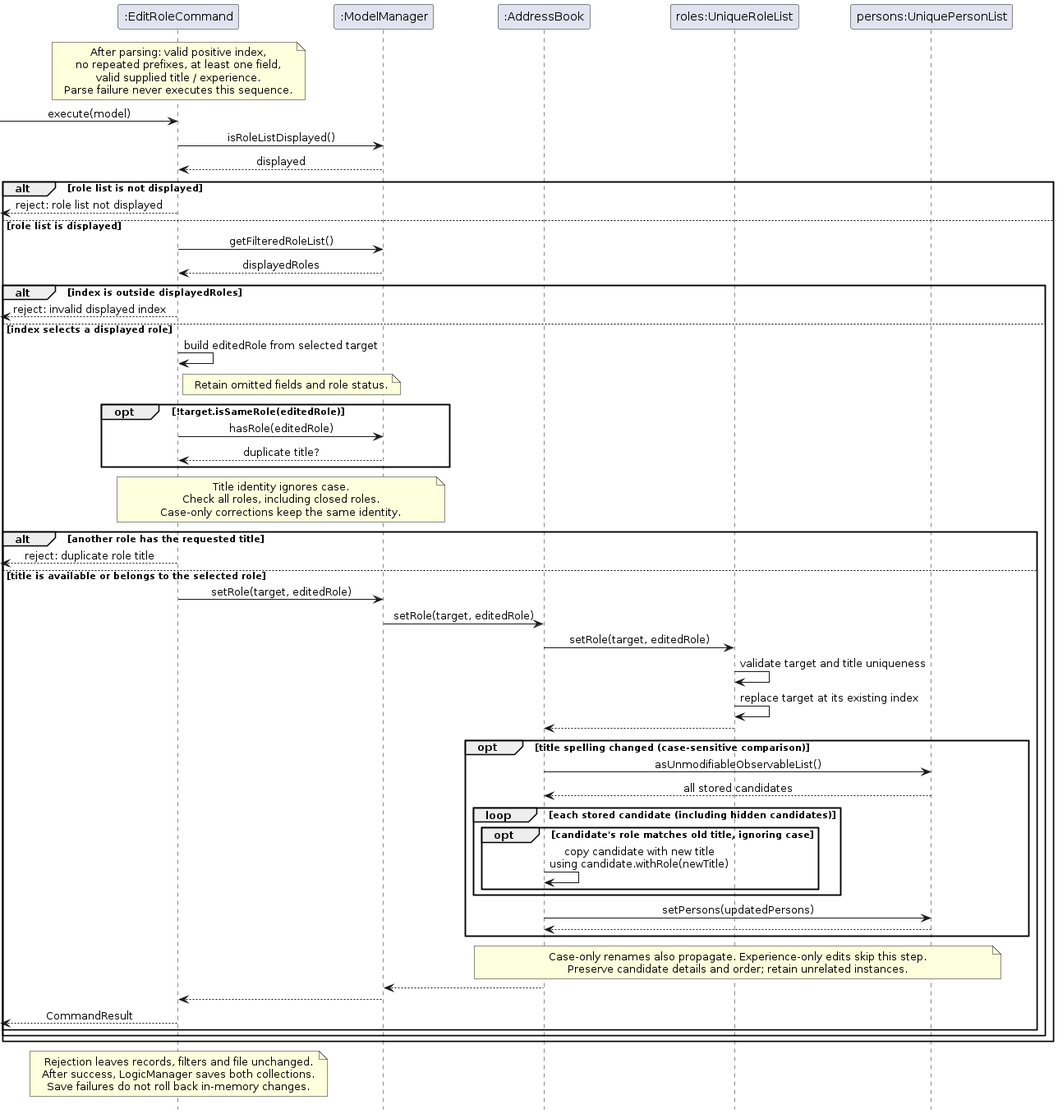
AY2627S1-CS2103-F12-3/tp keeps this PlantUML diagram as diagrams/EditRoleSequenceDiagram.png. Above is the earlier version. Its source is kept beside it as diagrams/EditRoleSequenceDiagram.puml.
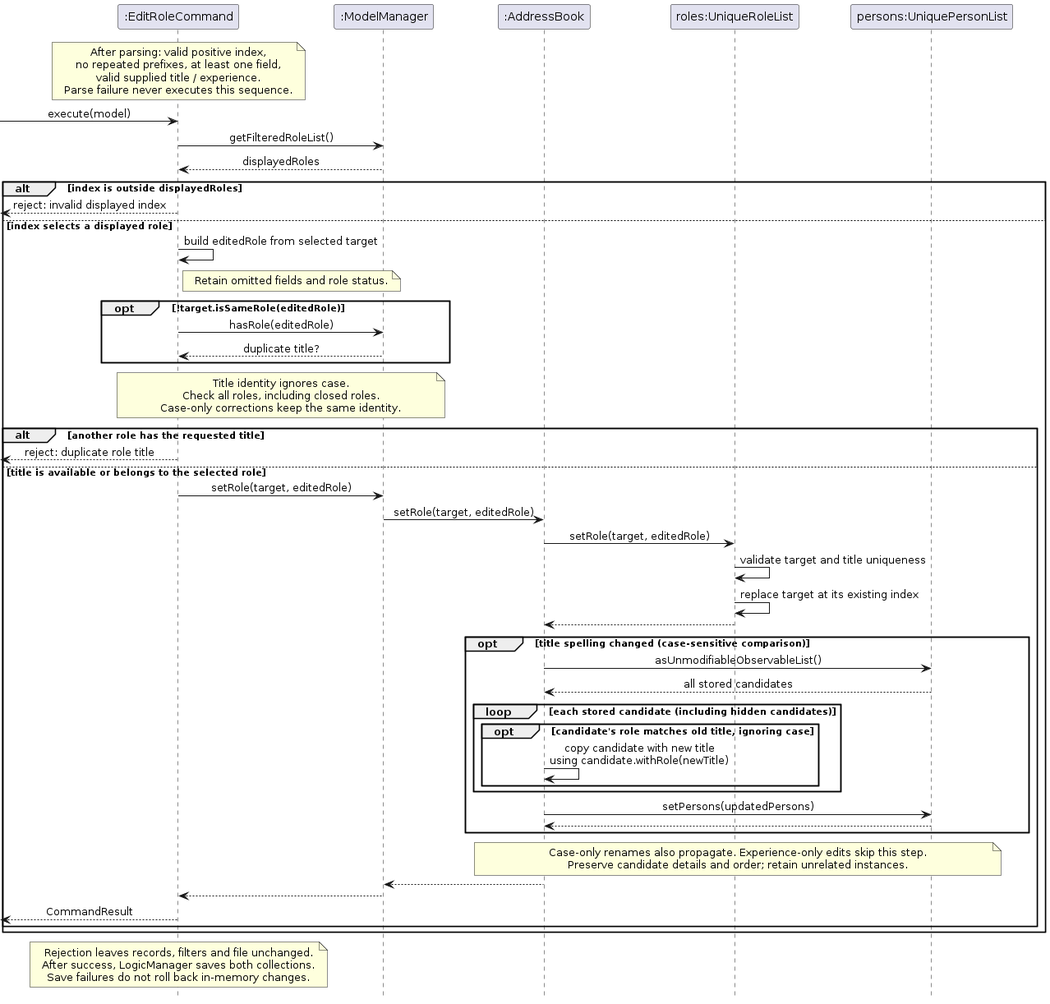
After the commit.

Diff of the diagram source:
```diff
@@ -17,62 +17,55 @@
 end note
 
 [-> Command : execute(model)
-Command -> Model : isRoleListDisplayed()
-Model --> Command : displayed
-alt role list is not displayed
-    [<-- Command : reject: role list not displayed
-else role list is displayed
-    Command -> Model : getFilteredRoleList()
-    Model --> Command : displayedRoles
-    alt index is outside displayedRoles
-        [<-- Command : reject: invalid displayed index
-    else index selects a displayed role
-        Command -> Command : build editedRole from selected target
-        note right of Command
-        Retain omitted fields and role status.
+Command -> Model : getFilteredRoleList()
+Model --> Command : displayedRoles
+alt index is outside displayedRoles
+    [<-- Command : reject: invalid displayed index
+else index selects a displayed role
+    Command -> Command : build editedRole from selected target
+    note right of Command
+    Retain omitted fields and role status.
+    end note
+
+    opt !target.isSameRole(editedRole)
+        Command -> Model : hasRole(editedRole)
+        Model --> Command : duplicate title?
+    end
+    note over Command, Model
+    Title identity ignores case.
+    Check all roles, including closed roles.
+    Case-only corrections keep the same identity.
+    end note
+
+    alt another role has the requested title
+        [<-- Command : reject: duplicate role title
+    else title is available or belongs to the selected role
+        Command -> Model : setRole(target, editedRole)
+        Model -> AddressBook : setRole(target, editedRole)
+        AddressBook -> Roles : setRole(target, editedRole)
+        Roles -> Roles : validate target and title uniqueness
+        Roles -> Roles : replace target at its existing index
+        Roles --> AddressBook
+
+        opt title spelling changed (case-sensitive comparison)
+            AddressBook -> Persons : asUnmodifiableObservableList()
+            Persons --> AddressBook : all stored candidates
+            loop each stored candidate (including hidden candidates)
+                opt candidate's role matches old title, ignoring case
+                    AddressBook -> AddressBook : copy candidate with new title\nusing candidate.withRole(newTitle)
+                end
+            end
+            AddressBook -> Persons : setPersons(updatedPersons)
+            Persons --> AddressBook
+        end
+        note over AddressBook, Persons
+    Case-only renames also propagate. Experience-only edits skip this step.
+    Preserve candidate details and order; retain unrelated instances.
         end note
 
-        opt !target.isSameRole(editedRole)
-            Command -> Model : hasRole(editedRole)
-            Model --> Command : duplicate title?
-        end
-        note over Command, Model
-        Title identity ignores case.
-        Check all roles, including closed roles.
-        Case-only corrections keep the same identity.
-        end note
-
-        alt another role has the requested title
-            [<-- Command : reject: duplicate role title
-        else title is available or belongs to the selected role
-            Command -> Model : setRole(target, editedRole)
-            Model -> AddressBook : setRole(target, editedRole)
-            AddressBook -> Roles : setRole(target, editedRole)
-            Roles -> Roles : validate target and title uniqueness
-            Roles -> Roles : replace target at its existing index
-            Roles --> AddressBook
-
-            opt title spelling changed (case-sensitive comparison)
-                AddressBook -> Persons : asUnmodifiableObservableList()
-                Persons --> AddressBook : all stored candidates
-                loop each stored candidate (including hidden candidates)
-                    opt candidate's role matches old title, ignoring case
-                        AddressBook -> AddressBook : copy candidate with new title\nusing candidate.withRole(newTitle)
-                    end
-                end
-                AddressBook -> Persons : setPersons(updatedPersons)
-                Persons --> AddressBook
-            end
-            note over AddressBook, Persons
-        Case-only renames also propagate. Experience-only edits skip this step.
-        Preserve candidate details and order; retain unrelated instances.
-            end note
-
-            AddressBook --> Model
-            Model --> Command
-            [<-- Command : CommandResult
-        end
-
+        AddressBook --> Model
+        Model --> Command
+        [<-- Command : CommandResult
     end
 end
 
```
